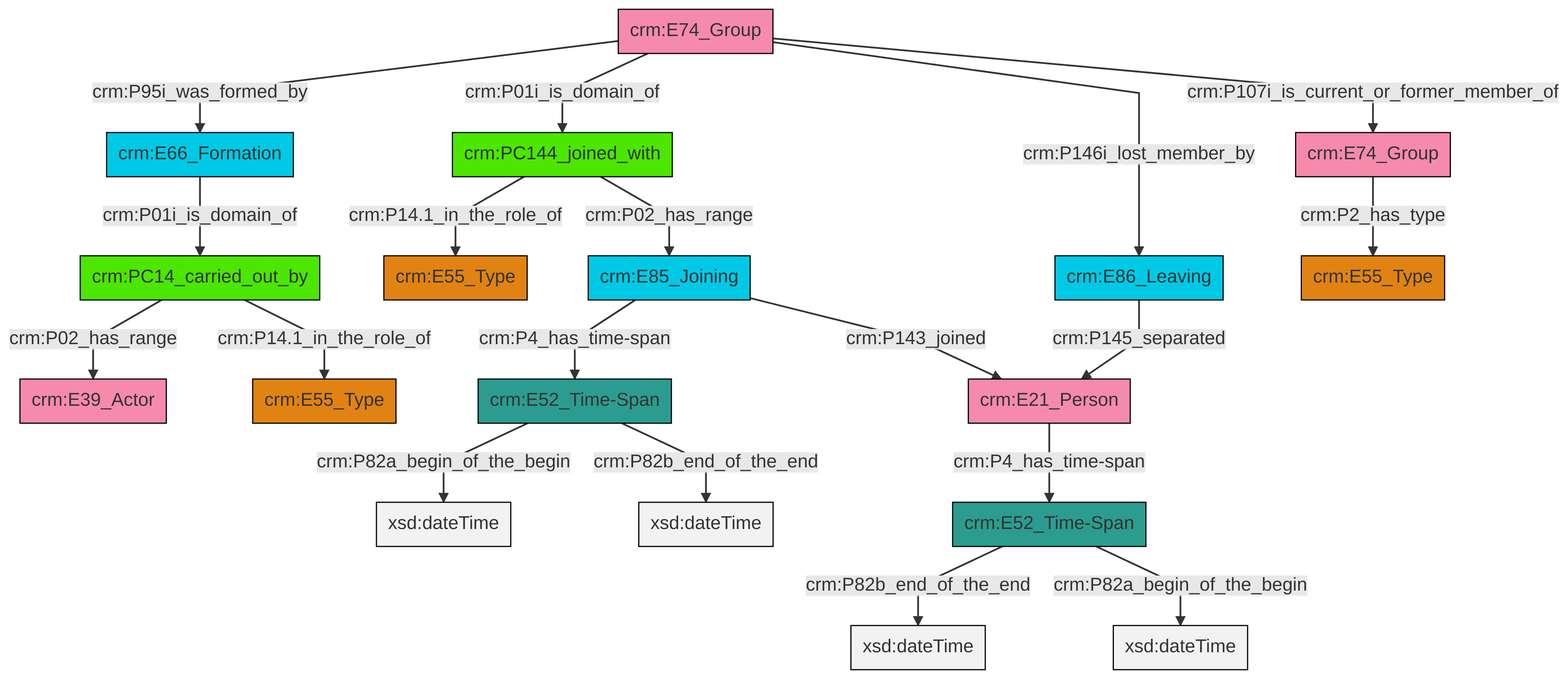
Above: et/groupCSV/ttl/mmd/png/group_actor_relations.png in swiss-art-research-net/docs.swissartresearch (Mermaid), before the change. Its source is kept beside it as et/groupCSV/ttl/mmd/group_actor_relations.ttl.mmd.
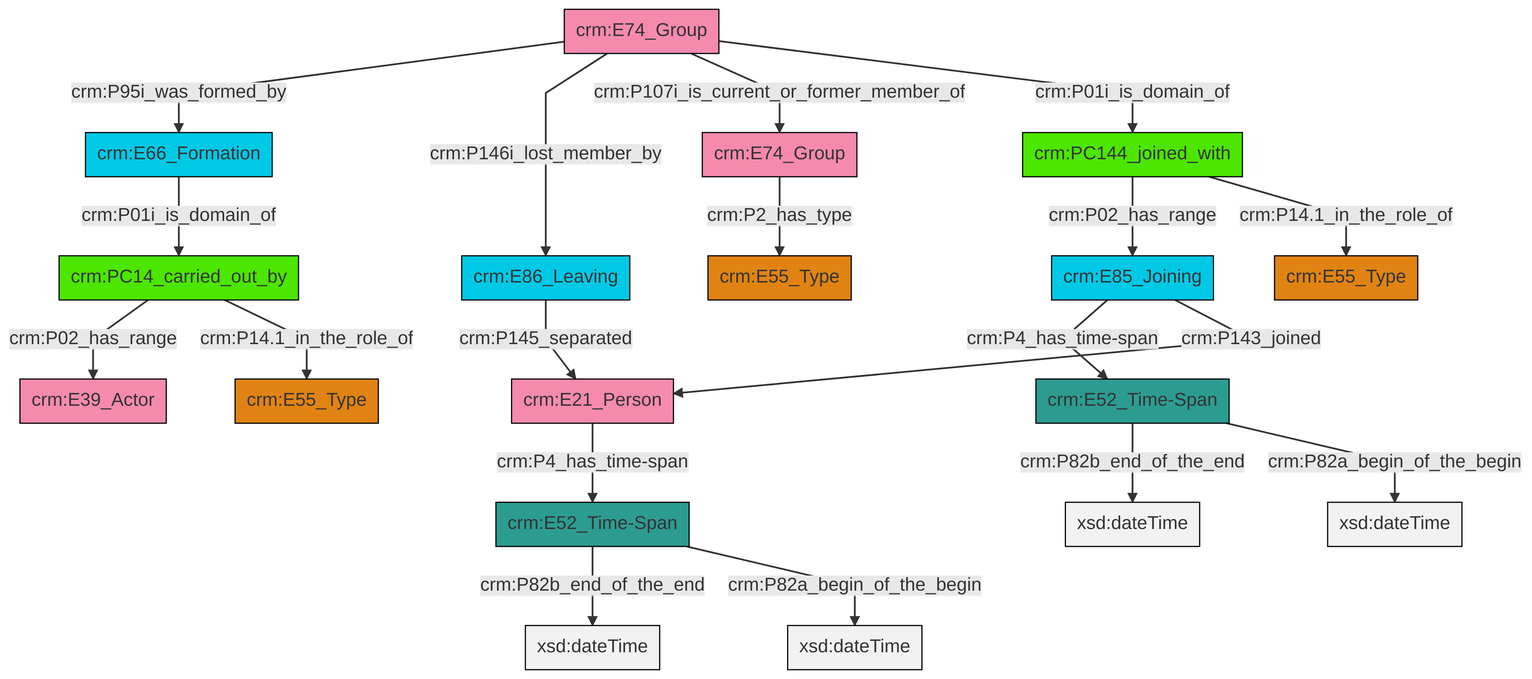
After the change.

What changed in the source:
```diff
@@ -13,21 +13,21 @@
 classDef PC_Classes fill:#4ce600, stroke:#000000;
 classDef Multi fill:#cccccc,stroke:#000000;
 
-4["crm:E52_Time-Span"]:::Time-Span -->|crm:P82a_begin_of_the_begin| 5[xsd:dateTime]:::Literal
-6["crm:E74_Group"]:::Actor -->|crm:P2_has_type| 7["crm:E55_Type"]:::Type
-9["crm:E85_Joining"]:::Temporal_Entity -->|crm:P4_has_time-span| 4["crm:E52_Time-Span"]:::Time-Span
-4["crm:E52_Time-Span"]:::Time-Span -->|crm:P82b_end_of_the_end| 14[xsd:dateTime]:::Literal
-0["crm:E74_Group"]:::Actor -->|crm:P95i_was_formed_by| 17["crm:E66_Formation"]:::Temporal_Entity
-0["crm:E74_Group"]:::Actor -->|crm:P01i_is_domain_of| 18["crm:PC144_joined_with"]:::PC_Classes
-18["crm:PC144_joined_with"]:::PC_Classes -->|crm:P14.1_in_the_role_of| 19["crm:E55_Type"]:::Type
-12["crm:PC14_carried_out_by"]:::PC_Classes -->|crm:P02_has_range| 22["crm:E39_Actor"]:::Actor
-17["crm:E66_Formation"]:::Temporal_Entity -->|crm:P01i_is_domain_of| 12["crm:PC14_carried_out_by"]:::PC_Classes
-10["crm:E86_Leaving"]:::Temporal_Entity -->|crm:P145_separated| 24["crm:E21_Person"]:::Actor
-15["crm:E52_Time-Span"]:::Time-Span -->|crm:P82b_end_of_the_end| 25[xsd:dateTime]:::Literal
-24["crm:E21_Person"]:::Actor -->|crm:P4_has_time-span| 15["crm:E52_Time-Span"]:::Time-Span
-0["crm:E74_Group"]:::Actor -->|crm:P146i_lost_member_by| 10["crm:E86_Leaving"]:::Temporal_Entity
-15["crm:E52_Time-Span"]:::Time-Span -->|crm:P82a_begin_of_the_begin| 29[xsd:dateTime]:::Literal
-18["crm:PC144_joined_with"]:::PC_Classes -->|crm:P02_has_range| 9["crm:E85_Joining"]:::Temporal_Entity
-0["crm:E74_Group"]:::Actor -->|crm:P107i_is_current_or_former_member_of| 6["crm:E74_Group"]:::Actor
-12["crm:PC14_carried_out_by"]:::PC_Classes -->|crm:P14.1_in_the_role_of| 2["crm:E55_Type"]:::Type
-9["crm:E85_Joining"]:::Temporal_Entity -->|crm:P143_joined| 24["crm:E21_Person"]:::Actor
+6["crm:E86_Leaving"]:::Temporal_Entity -->|crm:P145_separated| 7["crm:E21_Person"]:::Actor
+8["crm:E52_Time-Span"]:::Time-Span -->|crm:P82b_end_of_the_end| 9[xsd:dateTime]:::Literal
+2["crm:E85_Joining"]:::Temporal_Entity -->|crm:P4_has_time-span| 8["crm:E52_Time-Span"]:::Time-Span
+12["crm:PC14_carried_out_by"]:::PC_Classes -->|crm:P02_has_range| 13["crm:E39_Actor"]:::Actor
+14["crm:E52_Time-Span"]:::Time-Span -->|crm:P82b_end_of_the_end| 15[xsd:dateTime]:::Literal
+7["crm:E21_Person"]:::Actor -->|crm:P4_has_time-span| 14["crm:E52_Time-Span"]:::Time-Span
+16["crm:E74_Group"]:::Actor -->|crm:P95i_was_formed_by| 4["crm:E66_Formation"]:::Temporal_Entity
+12["crm:PC14_carried_out_by"]:::PC_Classes -->|crm:P14.1_in_the_role_of| 17["crm:E55_Type"]:::Type
+19["crm:PC144_joined_with"]:::PC_Classes -->|crm:P02_has_range| 2["crm:E85_Joining"]:::Temporal_Entity
+4["crm:E66_Formation"]:::Temporal_Entity -->|crm:P01i_is_domain_of| 12["crm:PC14_carried_out_by"]:::PC_Classes
+16["crm:E74_Group"]:::Actor -->|crm:P146i_lost_member_by| 6["crm:E86_Leaving"]:::Temporal_Entity
+16["crm:E74_Group"]:::Actor -->|crm:P107i_is_current_or_former_member_of| 10["crm:E74_Group"]:::Actor
+14["crm:E52_Time-Span"]:::Time-Span -->|crm:P82a_begin_of_the_begin| 27[xsd:dateTime]:::Literal
+16["crm:E74_Group"]:::Actor -->|crm:P01i_is_domain_of| 19["crm:PC144_joined_with"]:::PC_Classes
+8["crm:E52_Time-Span"]:::Time-Span -->|crm:P82a_begin_of_the_begin| 30[xsd:dateTime]:::Literal
+2["crm:E85_Joining"]:::Temporal_Entity -->|crm:P143_joined| 7["crm:E21_Person"]:::Actor
+10["crm:E74_Group"]:::Actor -->|crm:P2_has_type| 23["crm:E55_Type"]:::Type
+19["crm:PC144_joined_with"]:::PC_Classes -->|crm:P14.1_in_the_role_of| 0["crm:E55_Type"]:::Type
```
